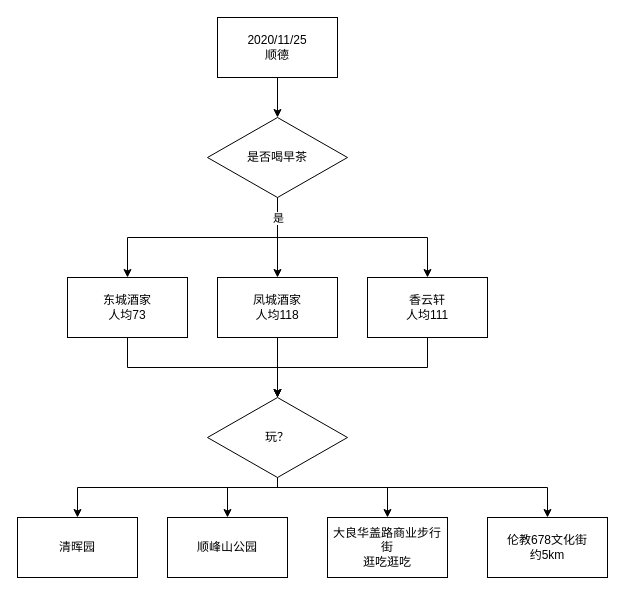
Earlier version of the draw.io diagram 走走停停.drawio (zjtone/RL-Note). Source tidied: cells renumbered, new cells numbered last; positions are measured from the earlier drawing's top-left corner, leaving out a move shared by most shapes. Both pictures are drawn from the tidied source at 100%, with x=0, y=0 at pixel (17, 17).
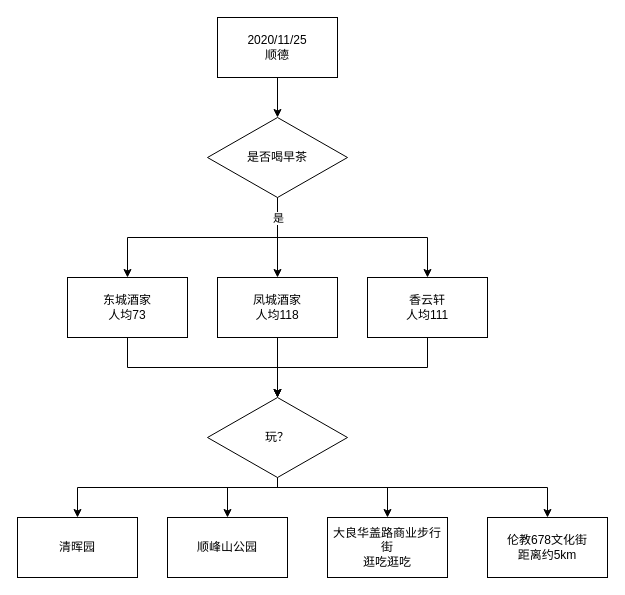
The same diagram, later.

Change to the diagram source:
```diff
@@
-    <mxCell id="23" value="伦教678文化街&lt;br&gt;约5km" style="rounded=0;whiteSpace=wrap;html=1;" parent="1" vertex="1">
+    <mxCell id="23" value="伦教678文化街&lt;br&gt;距离约5km" style="rounded=0;whiteSpace=wrap;html=1;" parent="1" vertex="1">
       <mxGeometry x="470" y="500" width="120" height="60" as="geometry" />
     </mxCell>
```
